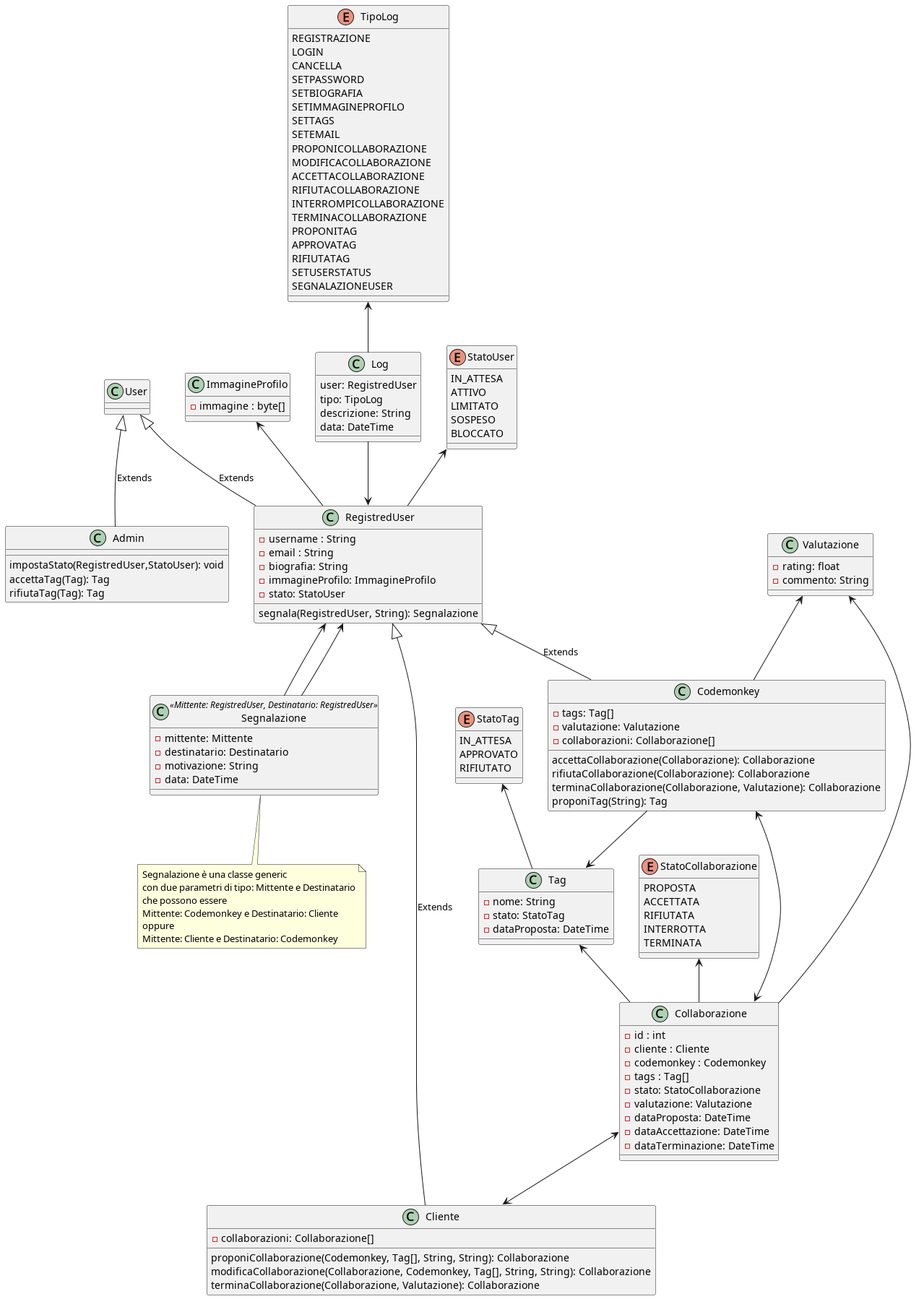
Earlier version of the PlantUML export docs/assets/plantuml/modello_di_dettaglio_del_dominio.png (iacobucci/codemonkey).
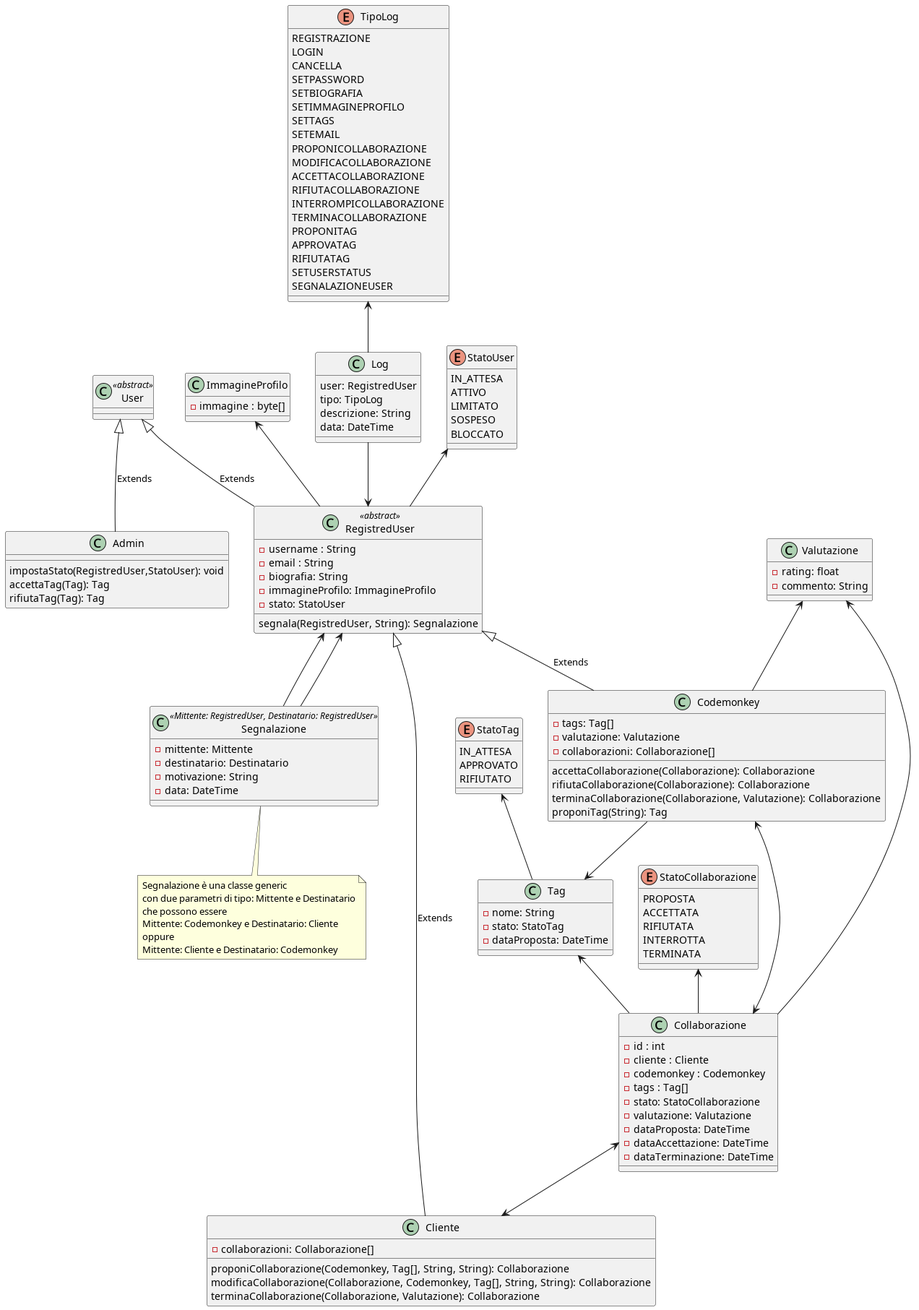
After the commit.

What changed in the source:
```diff
@@ -1,9 +1,9 @@
 @startuml modello_di_dettaglio_del_dominio
 
-class User{
+class User<<abstract>>{
 }
 
-class RegistredUser {
+class RegistredUser<<abstract>> {
 	- username : String
 	- email : String
 	- biografia: String
```
